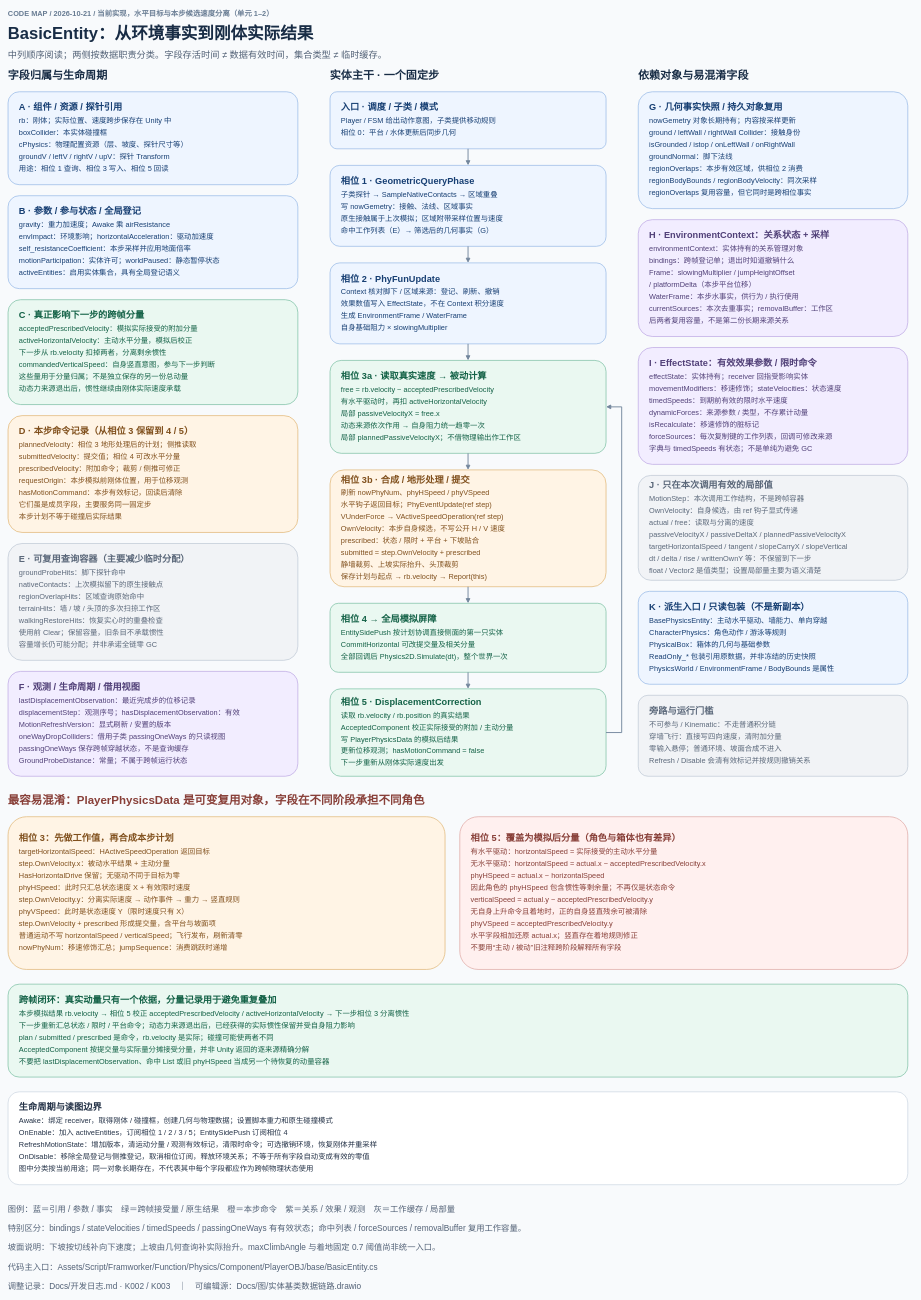
TaiTanw/New2DObject keeps this draw.io diagram as Docs/图/实体基类数据链路.drawio. Above is the earlier version. Source tidied: cells renumbered, new cells numbered last; positions are measured from the earlier drawing's top-left corner, leaving out a move shared by most shapes. Both pictures are drawn from the tidied source at 46%, with x=0, y=0 at pixel (8, 8).
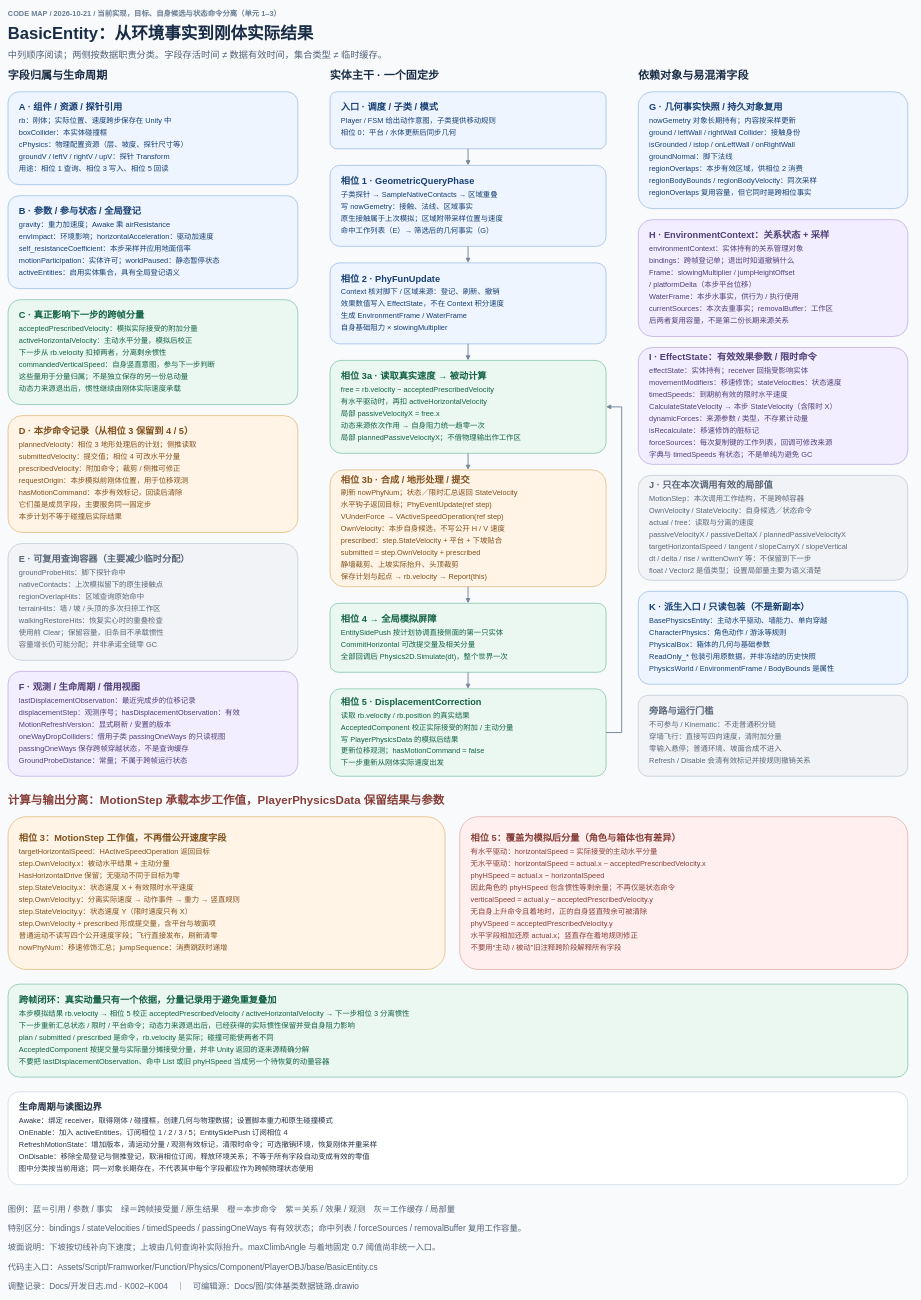
Above is the later version.

The edit, as a diff of the source:
```diff
@@
-    <mxCell id="12" value="&lt;b style=&quot;font-size:20px&quot;&gt;相位 3b · 合成 / 地形处理 / 提交&lt;/b&gt;&lt;div style=&quot;height:5px&quot;&gt;&lt;/div&gt;&lt;div style=&quot;font-size:16px;line-height:26px&quot;&gt;刷新 nowPhyNum、phyHSpeed / phyVSpeed&lt;/div&gt;&lt;div style=&quot;font-size:16px;line-height:26px&quot;&gt;水平钩子返回目标；PhyEventUpdate(ref step)&lt;/div&gt;&lt;div style=&quot;font-size:16px;line-height:26px&quot;&gt;VUnderForce → VActiveSpeedOperation(ref step)&lt;/div&gt;&lt;div style=&quot;font-size:16px;line-height:26px&quot;&gt;OwnVelocity：本步自身候选，不写公开 H / V 速度&lt;/div&gt;&lt;div style=&quot;font-size:16px;line-height:26px&quot;&gt;prescribed：状态 / 限时 + 平台 + 下坡贴合&lt;/div&gt;&lt;div style=&quot;font-size:16px;line-height:26px&quot;&gt;submitted = step.OwnVelocity + prescribed&lt;/div&gt;&lt;div style=&quot;font-size:16px;line-height:26px&quot;&gt;静墙裁剪、上坡实际抬升、头顶裁剪&lt;/div&gt;&lt;div style=&quot;font-size:16px;line-height:26px&quot;&gt;保存计划与起点 → rb.velocity → Report(this)&lt;/div&gt;" style="rounded=1;arcSize=12;whiteSpace=wrap;html=1;align=left;verticalAlign=middle;spacingLeft=22;spacingRight=16;spacingTop=0;fontFamily=Microsoft YaHei;fontSize=16;fontColor=#80501d;fillColor=#fff4e5;strokeColor=#dfb471;strokeWidth=1.5;" parent="1" vertex="1">
+    <mxCell id="12" value="&lt;b style=&quot;font-size:20px&quot;&gt;相位 3b · 合成 / 地形处理 / 提交&lt;/b&gt;&lt;div style=&quot;height:5px&quot;&gt;&lt;/div&gt;&lt;div style=&quot;font-size:16px;line-height:26px&quot;&gt;刷新 nowPhyNum；状态／限时汇总返回 StateVelocity&lt;/div&gt;&lt;div style=&quot;font-size:16px;line-height:26px&quot;&gt;水平钩子返回目标；PhyEventUpdate(ref step)&lt;/div&gt;&lt;div style=&quot;font-size:16px;line-height:26px&quot;&gt;VUnderForce → VActiveSpeedOperation(ref step)&lt;/div&gt;&lt;div style=&quot;font-size:16px;line-height:26px&quot;&gt;OwnVelocity：本步自身候选，不写公开 H / V 速度&lt;/div&gt;&lt;div style=&quot;font-size:16px;line-height:26px&quot;&gt;prescribed：step.StateVelocity + 平台 + 下坡贴合&lt;/div&gt;&lt;div style=&quot;font-size:16px;line-height:26px&quot;&gt;submitted = step.OwnVelocity + prescribed&lt;/div&gt;&lt;div style=&quot;font-size:16px;line-height:26px&quot;&gt;静墙裁剪、上坡实际抬升、头顶裁剪&lt;/div&gt;&lt;div style=&quot;font-size:16px;line-height:26px&quot;&gt;保存计划与起点 → rb.velocity → Report(this)&lt;/div&gt;" style="rounded=1;arcSize=12;whiteSpace=wrap;html=1;align=left;verticalAlign=middle;spacingLeft=22;spacingRight=16;spacingTop=0;fontFamily=Microsoft YaHei;fontSize=16;fontColor=#80501d;fillColor=#fff4e5;strokeColor=#dfb471;strokeWidth=1.5;" parent="1" vertex="1">
       <mxGeometry x="700" y="1004" width="600" height="254" as="geometry" />
     </mxCell>
@@
-    <mxCell id="17" value="&lt;b style=&quot;font-size:20px&quot;&gt;I · EffectState：有效效果参数 / 限时命令&lt;/b&gt;&lt;div style=&quot;height:5px&quot;&gt;&lt;/div&gt;&lt;div style=&quot;font-size:16px;line-height:26px&quot;&gt;effectState：实体持有；receiver 回指受影响实体&lt;/div&gt;&lt;div style=&quot;font-size:16px;line-height:26px&quot;&gt;movementModifiers：移速修饰；stateVelocities：状态速度&lt;/div&gt;&lt;div style=&quot;font-size:16px;line-height:26px&quot;&gt;timedSpeeds：到期前有效的限时水平速度&lt;/div&gt;&lt;div style=&quot;font-size:16px;line-height:26px&quot;&gt;dynamicForces：来源参数 / 类型，不存累计动量&lt;/div&gt;&lt;div style=&quot;font-size:16px;line-height:26px&quot;&gt;isRecalculate：移速修饰的脏标记&lt;/div&gt;&lt;div style=&quot;font-size:16px;line-height:26px&quot;&gt;forceSources：每次复制键的工作列表，回调可修改来源&lt;/div&gt;&lt;div style=&quot;font-size:16px;line-height:26px&quot;&gt;字典与 timedSpeeds 有状态；不是单纯为避免 GC&lt;/div&gt;" style="rounded=1;arcSize=12;whiteSpace=wrap;html=1;align=left;verticalAlign=middle;spacingLeft=22;spacingRight=16;spacingTop=0;fontFamily=Microsoft YaHei;fontSize=16;fontColor=#514078;fillColor=#f2edff;strokeColor=#bba5e2;strokeWidth=1.5;" parent="1" vertex="1">
+    <mxCell id="17" value="&lt;b style=&quot;font-size:20px&quot;&gt;I · EffectState：有效效果参数 / 限时命令&lt;/b&gt;&lt;div style=&quot;height:5px&quot;&gt;&lt;/div&gt;&lt;div style=&quot;font-size:16px;line-height:26px&quot;&gt;effectState：实体持有；receiver 回指受影响实体&lt;/div&gt;&lt;div style=&quot;font-size:16px;line-height:26px&quot;&gt;movementModifiers：移速修饰；stateVelocities：状态速度&lt;/div&gt;&lt;div style=&quot;font-size:16px;line-height:26px&quot;&gt;timedSpeeds：到期前有效的限时水平速度&lt;/div&gt;&lt;div style=&quot;font-size:16px;line-height:26px&quot;&gt;CalculateStateVelocity → 本步 StateVelocity（含限时 X）&lt;/div&gt;&lt;div style=&quot;font-size:16px;line-height:26px&quot;&gt;dynamicForces：来源参数 / 类型，不存累计动量&lt;/div&gt;&lt;div style=&quot;font-size:16px;line-height:26px&quot;&gt;isRecalculate：移速修饰的脏标记&lt;/div&gt;&lt;div style=&quot;font-size:16px;line-height:26px&quot;&gt;forceSources：每次复制键的工作列表，回调可修改来源&lt;/div&gt;&lt;div style=&quot;font-size:16px;line-height:26px&quot;&gt;字典与 timedSpeeds 有状态；不是单纯为避免 GC&lt;/div&gt;" style="rounded=1;arcSize=12;whiteSpace=wrap;html=1;align=left;verticalAlign=middle;spacingLeft=22;spacingRight=16;spacingTop=0;fontFamily=Microsoft YaHei;fontSize=16;fontColor=#514078;fillColor=#f2edff;strokeColor=#bba5e2;strokeWidth=1.5;" parent="1" vertex="1">
       <mxGeometry x="1370" y="738" width="586" height="254" as="geometry" />
     </mxCell>
-    <mxCell id="18" value="&lt;b style=&quot;font-size:20px&quot;&gt;J · 只在本次调用有效的局部值&lt;/b&gt;&lt;div style=&quot;height:5px&quot;&gt;&lt;/div&gt;&lt;div style=&quot;font-size:16px;line-height:26px&quot;&gt;MotionStep：本次调用工作结构，不是跨帧容器&lt;/div&gt;&lt;div style=&quot;font-size:16px;line-height:26px&quot;&gt;OwnVelocity：自身候选，由 ref 钩子显式传递&lt;/div&gt;&lt;div style=&quot;font-size:16px;line-height:26px&quot;&gt;actual / free：读取与分离的速度&lt;/div&gt;&lt;div style=&quot;font-size:16px;line-height:26px&quot;&gt;passiveVelocityX / passiveDeltaX / plannedPassiveVelocityX&lt;/div&gt;&lt;div style=&quot;font-size:16px;line-height:26px&quot;&gt;targetHorizontalSpeed / tangent / slopeCarryX / slopeVertical&lt;/div&gt;&lt;div style=&quot;font-size:16px;line-height:26px&quot;&gt;dt / delta / rise / writtenOwnY 等：不保留到下一步&lt;/div&gt;&lt;div style=&quot;font-size:16px;line-height:26px&quot;&gt;float / Vector2 是值类型；设置局部量主要为语义清楚&lt;/div&gt;" style="rounded=1;arcSize=12;whiteSpace=wrap;html=1;align=left;verticalAlign=middle;spacingLeft=22;spacingRight=16;spacingTop=0;fontFamily=Microsoft YaHei;fontSize=16;fontColor=#5b687a;fillColor=#f1f3f6;strokeColor=#bdc7d3;strokeWidth=1.5;" parent="1" vertex="1">
+    <mxCell id="18" value="&lt;b style=&quot;font-size:20px&quot;&gt;J · 只在本次调用有效的局部值&lt;/b&gt;&lt;div style=&quot;height:5px&quot;&gt;&lt;/div&gt;&lt;div style=&quot;font-size:16px;line-height:26px&quot;&gt;MotionStep：本次调用工作结构，不是跨帧容器&lt;/div&gt;&lt;div style=&quot;font-size:16px;line-height:26px&quot;&gt;OwnVelocity / StateVelocity：自身候选／状态命令&lt;/div&gt;&lt;div style=&quot;font-size:16px;line-height:26px&quot;&gt;actual / free：读取与分离的速度&lt;/div&gt;&lt;div style=&quot;font-size:16px;line-height:26px&quot;&gt;passiveVelocityX / passiveDeltaX / plannedPassiveVelocityX&lt;/div&gt;&lt;div style=&quot;font-size:16px;line-height:26px&quot;&gt;targetHorizontalSpeed / tangent / slopeCarryX / slopeVertical&lt;/div&gt;&lt;div style=&quot;font-size:16px;line-height:26px&quot;&gt;dt / delta / rise / writtenOwnY 等：不保留到下一步&lt;/div&gt;&lt;div style=&quot;font-size:16px;line-height:26px&quot;&gt;float / Vector2 是值类型；设置局部量主要为语义清楚&lt;/div&gt;" style="rounded=1;arcSize=12;whiteSpace=wrap;html=1;align=left;verticalAlign=middle;spacingLeft=22;spacingRight=16;spacingTop=0;fontFamily=Microsoft YaHei;fontSize=16;fontColor=#5b687a;fillColor=#f1f3f6;strokeColor=#bdc7d3;strokeWidth=1.5;" parent="1" vertex="1">
       <mxGeometry x="1370" y="1016" width="586" height="228" as="geometry" />
     </mxCell>
@@
-    <mxCell id="21" value="&lt;b style=&quot;font-size:20px&quot;&gt;相位 3：先做工作值，再合成本步计划&lt;/b&gt;&lt;div style=&quot;height:5px&quot;&gt;&lt;/div&gt;&lt;div style=&quot;font-size:16px;line-height:26px&quot;&gt;targetHorizontalSpeed：HActiveSpeedOperation 返回目标&lt;/div&gt;&lt;div style=&quot;font-size:16px;line-height:26px&quot;&gt;step.OwnVelocity.x：被动水平结果 + 主动分量&lt;/div&gt;&lt;div style=&quot;font-size:16px;line-height:26px&quot;&gt;HasHorizontalDrive 保留；无驱动不同于目标为零&lt;/div&gt;&lt;div style=&quot;font-size:16px;line-height:26px&quot;&gt;phyHSpeed：此时只汇总状态速度 X + 有效限时速度&lt;/div&gt;&lt;div style=&quot;font-size:16px;line-height:26px&quot;&gt;step.OwnVelocity.y：分离实际速度 → 动作事件 → 重力 → 竖直规则&lt;/div&gt;&lt;div style=&quot;font-size:16px;line-height:26px&quot;&gt;phyVSpeed：此时是状态速度 Y（限时速度只有 X）&lt;/div&gt;&lt;div style=&quot;font-size:16px;line-height:26px&quot;&gt;step.OwnVelocity + prescribed 形成提交量，含平台与坡面项&lt;/div&gt;&lt;div style=&quot;font-size:16px;line-height:26px&quot;&gt;普通运动不写 horizontalSpeed / verticalSpeed；飞行发布，刷新清零&lt;/div&gt;&lt;div style=&quot;font-size:16px;line-height:26px&quot;&gt;nowPhyNum：移速修饰汇总；jumpSequence：消费跳跃时递增&lt;/div&gt;" style="rounded=1;arcSize=12;whiteSpace=wrap;html=1;align=left;verticalAlign=middle;spacingLeft=22;spacingRight=16;spacingTop=0;fontFamily=Microsoft YaHei;fontSize=16;fontColor=#80501d;fillColor=#fff4e5;strokeColor=#dfb471;strokeWidth=1.5;" parent="1" vertex="1">
+    <mxCell id="21" value="&lt;b style=&quot;font-size:20px&quot;&gt;相位 3：MotionStep 工作值，不再借公开速度字段&lt;/b&gt;&lt;div style=&quot;height:5px&quot;&gt;&lt;/div&gt;&lt;div style=&quot;font-size:16px;line-height:26px&quot;&gt;targetHorizontalSpeed：HActiveSpeedOperation 返回目标&lt;/div&gt;&lt;div style=&quot;font-size:16px;line-height:26px&quot;&gt;step.OwnVelocity.x：被动水平结果 + 主动分量&lt;/div&gt;&lt;div style=&quot;font-size:16px;line-height:26px&quot;&gt;HasHorizontalDrive 保留；无驱动不同于目标为零&lt;/div&gt;&lt;div style=&quot;font-size:16px;line-height:26px&quot;&gt;step.StateVelocity.x：状态速度 X + 有效限时水平速度&lt;/div&gt;&lt;div style=&quot;font-size:16px;line-height:26px&quot;&gt;step.OwnVelocity.y：分离实际速度 → 动作事件 → 重力 → 竖直规则&lt;/div&gt;&lt;div style=&quot;font-size:16px;line-height:26px&quot;&gt;step.StateVelocity.y：状态速度 Y（限时速度只有 X）&lt;/div&gt;&lt;div style=&quot;font-size:16px;line-height:26px&quot;&gt;step.OwnVelocity + prescribed 形成提交量，含平台与坡面项&lt;/div&gt;&lt;div style=&quot;font-size:16px;line-height:26px&quot;&gt;普通运动不读写四个公开速度字段；飞行直接发布，刷新清零&lt;/div&gt;&lt;div style=&quot;font-size:16px;line-height:26px&quot;&gt;nowPhyNum：移速修饰汇总；jumpSequence：消费跳跃时递增&lt;/div&gt;" style="rounded=1;arcSize=12;whiteSpace=wrap;html=1;align=left;verticalAlign=middle;spacingLeft=22;spacingRight=16;spacingTop=0;fontFamily=Microsoft YaHei;fontSize=16;fontColor=#80501d;fillColor=#fff4e5;strokeColor=#dfb471;strokeWidth=1.5;" parent="1" vertex="1">
       <mxGeometry y="1758" width="950" height="332" as="geometry" />
     </mxCell>
@@
-    <mxCell id="32" value="CODE MAP  /  2026-10-21  /  当前实现，水平目标与本步候选速度分离（单元 1–2）" style="text;html=0;whiteSpace=wrap;align=left;verticalAlign=middle;spacing=0;fontFamily=Microsoft YaHei;fontSize=16;fontColor=#687c93;fontStyle=1;" parent="1" vertex="1">
+    <mxCell id="32" value="CODE MAP  /  2026-10-21  /  当前实现，目标、自身候选与状态命令分离（单元 1–3）" style="text;html=0;whiteSpace=wrap;align=left;verticalAlign=middle;spacing=0;fontFamily=Microsoft YaHei;fontSize=16;fontColor=#687c93;fontStyle=1;" parent="1" vertex="1">
       <mxGeometry width="1968" height="24" as="geometry" />
     </mxCell>
@@
-    <mxCell id="38" value="最容易混淆：PlayerPhysicsData 是可变复用对象，字段在不同阶段承担不同角色" style="text;html=0;whiteSpace=wrap;align=left;verticalAlign=middle;spacing=0;fontFamily=Microsoft YaHei;fontSize=25;fontColor=#883f38;fontStyle=1;" parent="1" vertex="1">
+    <mxCell id="38" value="计算与输出分离：MotionStep 承载本步工作值，PlayerPhysicsData 保留结果与参数" style="text;html=0;whiteSpace=wrap;align=left;verticalAlign=middle;spacing=0;fontFamily=Microsoft YaHei;fontSize=25;fontColor=#883f38;fontStyle=1;" parent="1" vertex="1">
       <mxGeometry y="1703" width="1968" height="33" as="geometry" />
     </mxCell>
@@
-    <mxCell id="43" value="调整记录：Docs/开发日志.md · K002 / K003　｜　可编辑源：Docs/图/实体基类数据链路.drawio" style="text;html=0;whiteSpace=wrap;align=left;verticalAlign=middle;spacing=0;fontFamily=Microsoft YaHei;fontSize=18;fontColor=#526176;fontStyle=0;" parent="1" vertex="1">
+    <mxCell id="43" value="调整记录：Docs/开发日志.md · K002–K004　｜　可编辑源：Docs/图/实体基类数据链路.drawio" style="text;html=0;whiteSpace=wrap;align=left;verticalAlign=middle;spacing=0;fontFamily=Microsoft YaHei;fontSize=18;fontColor=#526176;fontStyle=0;" parent="1" vertex="1">
       <mxGeometry y="2766" width="1968" height="26" as="geometry" />
     </mxCell>
```
